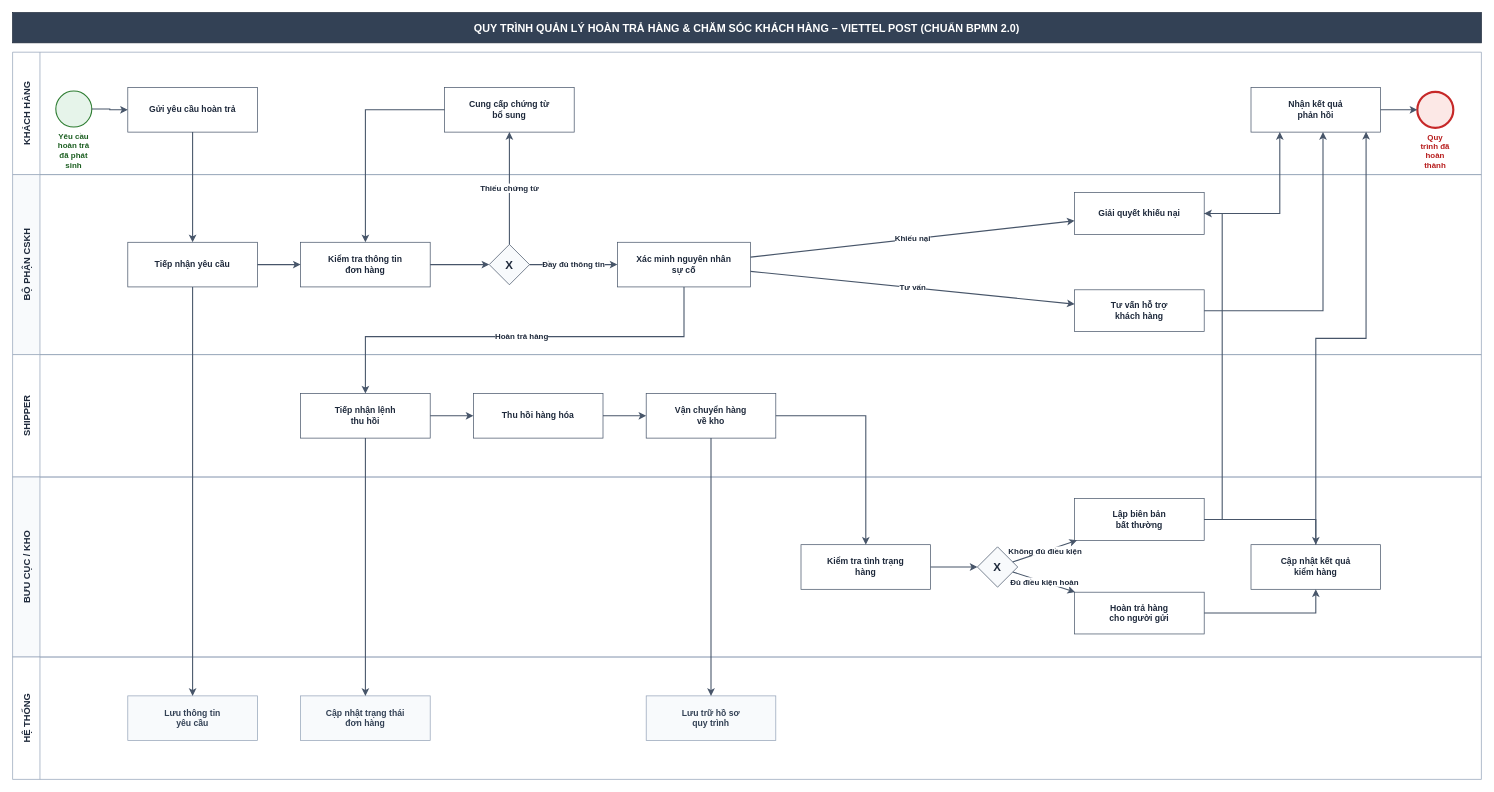
This is 01.WORKING_SPACE/hau/QuyTrinhHoanTraCSKH.drawio from huytn6/business-process-management-project, a draw.io file, before an edit. Source tidied: cells renumbered, new cells numbered last; positions are measured from the earlier drawing's top-left corner, leaving out a move shared by most shapes. Both pictures are drawn from the tidied source at 72%, with x=0, y=0 at pixel (12, 12).
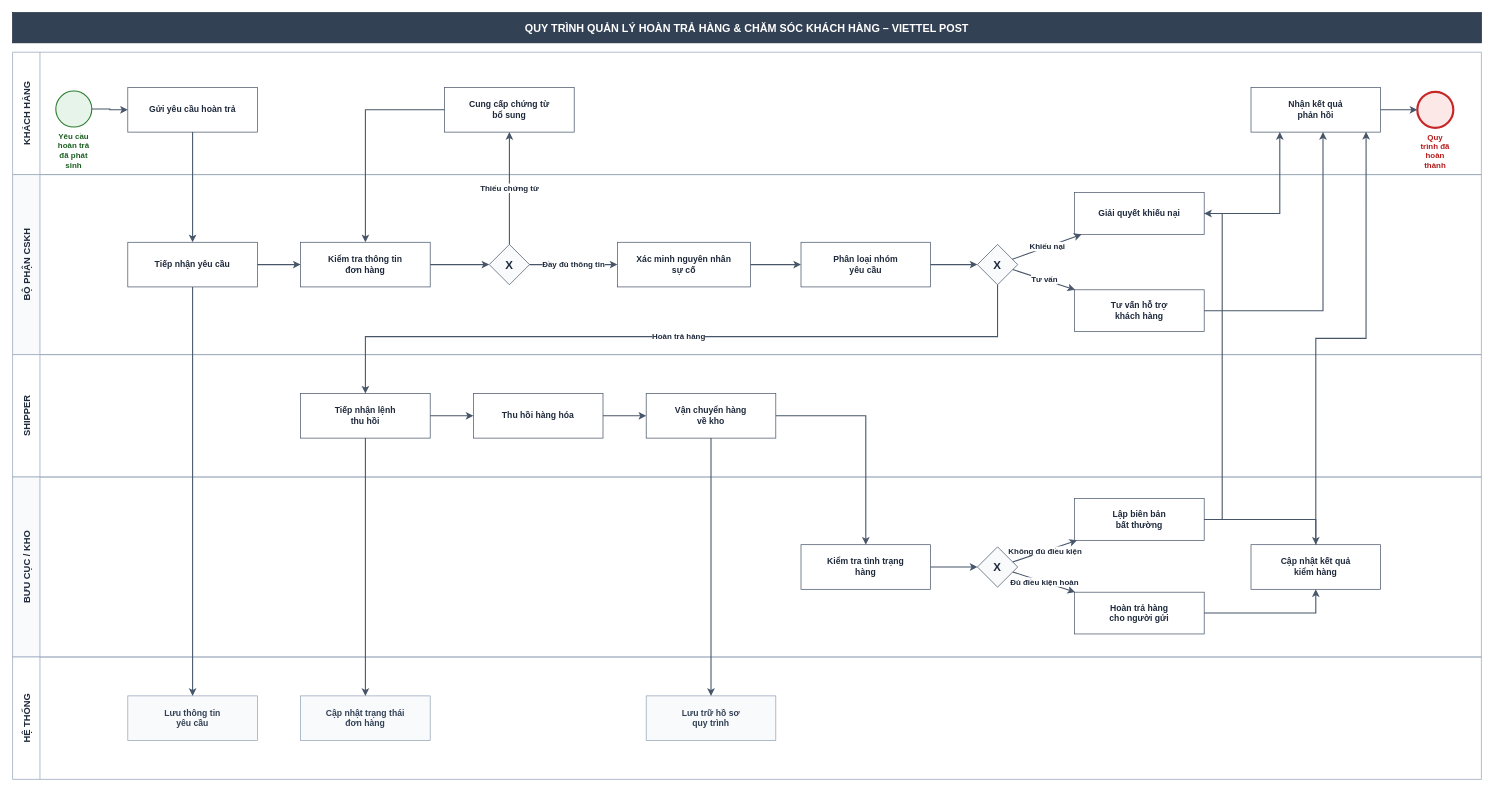
After the change.

Commit message:
feat(bpmn): cập nhật QuyTrinhHoanTraCSKH.drawio chuẩn BPMN 2.0 và quy trình Viettel Post

Unchanged cells that the change refers to:
```xml
<mxCell id="17" value="Xác minh nguyên nhân&#10;sự cố" style="rounded=0;whiteSpace=wrap;html=1;fillColor=#ffffff;strokeColor=#475569;strokeWidth=1;fontColor=#1e293b;fontSize=12;fontStyle=1;" parent="1" vertex="1">
  <mxGeometry x="840" y="319" width="185" height="62" as="geometry" />
</mxCell>
<mxCell id="18" value="Giải quyết khiếu nại" style="rounded=0;whiteSpace=wrap;html=1;fillColor=#ffffff;strokeColor=#475569;strokeWidth=1;fontColor=#1e293b;fontSize=12;fontStyle=1;" parent="1" vertex="1">
  <mxGeometry x="1475" y="250" width="180" height="58" as="geometry" />
</mxCell>
<mxCell id="19" value="Tư vấn hỗ trợ&#10;khách hàng" style="rounded=0;whiteSpace=wrap;html=1;fillColor=#ffffff;strokeColor=#475569;strokeWidth=1;fontColor=#1e293b;fontSize=12;fontStyle=1;" parent="1" vertex="1">
  <mxGeometry x="1475" y="385" width="180" height="58" as="geometry" />
</mxCell>
<mxCell id="20" value="Tiếp nhận lệnh&#10;thu hồi" style="rounded=0;whiteSpace=wrap;html=1;fillColor=#ffffff;strokeColor=#475569;strokeWidth=1;fontColor=#1e293b;fontSize=12;fontStyle=1;" parent="1" vertex="1">
  <mxGeometry x="400" y="529" width="180" height="62" as="geometry" />
</mxCell>
```

The edit, as a diff of the source:
```diff
@@
-    <mxCell id="2" value="QUY TRÌNH QUẢN LÝ HOÀN TRẢ HÀNG &amp; CHĂM SÓC KHÁCH HÀNG – VIETTEL POST (CHUẨN BPMN 2.0)" style="text;html=1;strokeColor=#1e293b;fillColor=#334155;align=center;verticalAlign=middle;whiteSpace=wrap;rounded=0;fontColor=#ffffff;fontStyle=1;fontSize=15;" parent="1" vertex="1">
+    <mxCell id="2" value="QUY TRÌNH QUẢN LÝ HOÀN TRẢ HÀNG &amp; CHĂM SÓC KHÁCH HÀNG – VIETTEL POST" style="text;html=1;strokeColor=#1e293b;fillColor=#334155;align=center;verticalAlign=middle;whiteSpace=wrap;rounded=0;fontColor=#ffffff;fontStyle=1;fontSize=15;" parent="1" vertex="1">
       <mxGeometry width="2040" height="42" as="geometry" />
     </mxCell>
@@
+    <mxCell id="56" value="Phân loại nhóm&#10;yêu cầu" style="rounded=0;whiteSpace=wrap;html=1;fillColor=#ffffff;strokeColor=#475569;strokeWidth=1;fontColor=#1e293b;fontSize=12;fontStyle=1;" parent="1" vertex="1">
+      <mxGeometry x="1095" y="319" width="180" height="62" as="geometry" />
+    </mxCell>
+    <mxCell id="57" value="X" style="rhombus;whiteSpace=wrap;html=1;fillColor=#f8fafc;strokeColor=#475569;strokeWidth=1;fontColor=#1e293b;fontSize=16;fontStyle=1;" parent="1" vertex="1">
+      <mxGeometry x="1340" y="322" width="56" height="56" as="geometry" />
+    </mxCell>
@@
+    <mxCell id="58" style="edgeStyle=orthogonalEdgeStyle;rounded=0;jettySize=auto;html=1;strokeColor=#475569;strokeWidth=1.5;endArrow=classic;" parent="1" edge="1" source="17" target="56">
+      <mxGeometry relative="1" as="geometry" />
+    </mxCell>
+    <mxCell id="59" style="edgeStyle=orthogonalEdgeStyle;rounded=0;jettySize=auto;html=1;strokeColor=#475569;strokeWidth=1.5;endArrow=classic;" parent="1" edge="1" source="56" target="57">
+      <mxGeometry relative="1" as="geometry" />
+    </mxCell>
-    <mxCell id="38" value="Hoàn trả hàng" style="edgeStyle=orthogonalEdgeStyle;rounded=0;jettySize=auto;html=1;strokeColor=#475569;strokeWidth=1.5;endArrow=classic;labelBackgroundColor=#ffffff;fontColor=#1e293b;fontStyle=1;fontSize=11;" parent="1" edge="1" source="17" target="20">
+    <mxCell id="38" value="Hoàn trả hàng" style="edgeStyle=orthogonalEdgeStyle;rounded=0;jettySize=auto;html=1;strokeColor=#475569;strokeWidth=1.5;endArrow=classic;labelBackgroundColor=#ffffff;fontColor=#1e293b;fontStyle=1;fontSize=11;" parent="1" edge="1" source="57" target="20">
       <mxGeometry relative="1" as="geometry">
         <Array as="points">
-          <mxPoint x="932" y="450" />
+          <mxPoint x="1368" y="450" />
           <mxPoint x="490" y="450" />
         </Array>
       </mxGeometry>
     </mxCell>
-    <mxCell id="39" value="Khiếu nại" style="html=1;strokeColor=#475569;strokeWidth=1.5;endArrow=classic;labelBackgroundColor=#ffffff;fontColor=#1e293b;fontStyle=1;fontSize=11;" parent="1" edge="1" source="17" target="18">
+    <mxCell id="39" value="Khiếu nại" style="html=1;strokeColor=#475569;strokeWidth=1.5;endArrow=classic;labelBackgroundColor=#ffffff;fontColor=#1e293b;fontStyle=1;fontSize=11;" parent="1" edge="1" source="57" target="18">
       <mxGeometry relative="1" as="geometry" />
     </mxCell>
-    <mxCell id="40" value="Tư vấn" style="html=1;strokeColor=#475569;strokeWidth=1.5;endArrow=classic;labelBackgroundColor=#ffffff;fontColor=#1e293b;fontStyle=1;fontSize=11;" parent="1" edge="1" source="17" target="19">
+    <mxCell id="40" value="Tư vấn" style="html=1;strokeColor=#475569;strokeWidth=1.5;endArrow=classic;labelBackgroundColor=#ffffff;fontColor=#1e293b;fontStyle=1;fontSize=11;" parent="1" edge="1" source="57" target="19">
       <mxGeometry relative="1" as="geometry" />
     </mxCell>
```
